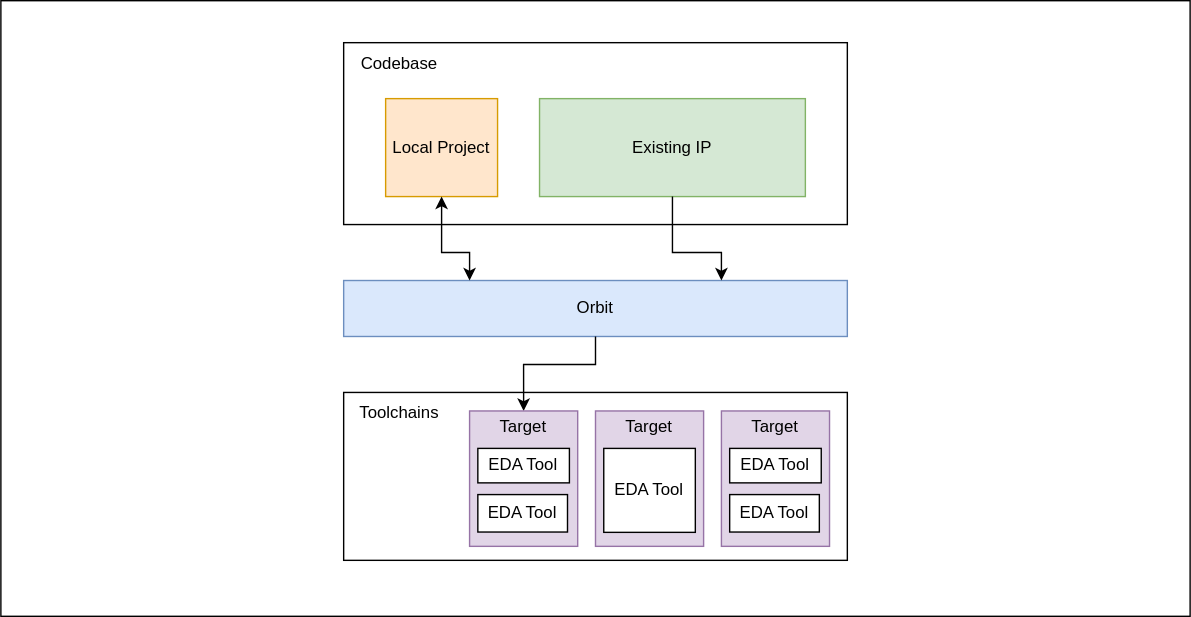
Before: docs/src/images/abstraction.svg, a diagram exported from draw.io (ujichase/orbit). Source tidied: cells renumbered, new cells last; positions are measured from the earlier drawing's top-left corner, leaving out a move shared by most shapes.
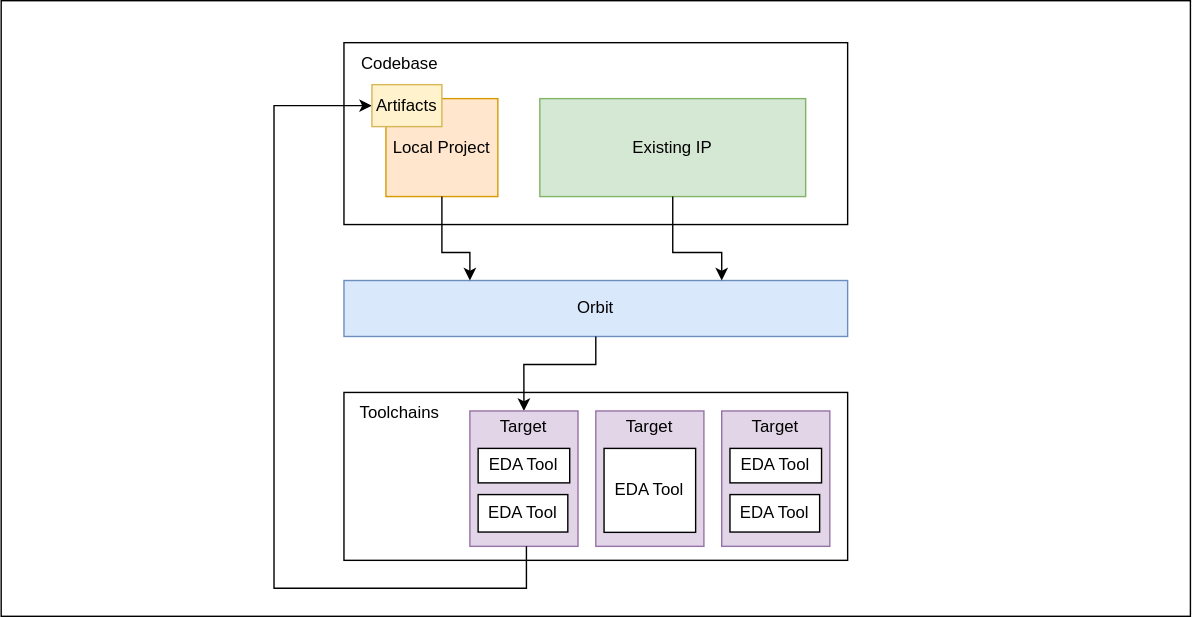
Later version of the same file.

Commit message:
Updates abstraction diagram

Diff of the diagram source:
```diff
@@ -23,7 +23,7 @@
     <mxCell id="8" value="Codebase" style="text;html=1;strokeColor=none;fillColor=none;align=center;verticalAlign=middle;whiteSpace=wrap;rounded=0;" parent="1" vertex="1">
       <mxGeometry x="255" y="30" width="60" height="30" as="geometry" />
     </mxCell>
-    <mxCell id="9" style="endArrow=classic;startArrow=classic;html=1;entryX=0.5;entryY=1;entryDx=0;entryDy=0;exitX=0.25;exitY=0;exitDx=0;exitDy=0;jumpStyle=none;edgeStyle=orthogonalEdgeStyle;rounded=0;" parent="1" edge="1" source="4" target="6">
+    <mxCell id="9" style="endArrow=none;startArrow=classic;html=1;entryX=0.5;entryY=1;entryDx=0;entryDy=0;exitX=0.25;exitY=0;exitDx=0;exitDy=0;jumpStyle=none;edgeStyle=orthogonalEdgeStyle;rounded=0;startFill=1;endFill=0;" parent="1" edge="1" source="4" target="6">
       <mxGeometry relative="1" as="geometry">
         <Array as="points">
           <mxPoint x="335" y="180" />
@@ -31,8 +31,9 @@
         </Array>
       </mxGeometry>
     </mxCell>
-    <mxCell id="10" style="endArrow=classic;html=1;rounded=0;jumpStyle=none;edgeStyle=orthogonalEdgeStyle;entryX=0.75;entryY=0;entryDx=0;entryDy=0;exitX=0.5;exitY=1;exitDx=0;exitDy=0;" parent="1" edge="1" source="7" target="4">
+    <mxCell id="10" style="endArrow=classic;html=1;rounded=0;jumpStyle=none;edgeStyle=orthogonalEdgeStyle;exitX=0.5;exitY=1;exitDx=0;exitDy=0;" parent="1" edge="1" source="7">
       <mxGeometry relative="1" as="geometry">
+        <mxPoint x="515" y="200" as="targetPoint" />
         <Array as="points">
           <mxPoint x="480" y="180" />
           <mxPoint x="515" y="180" />
@@ -92,5 +93,18 @@
     <mxCell id="26" value="Target" style="text;html=1;align=center;verticalAlign=middle;strokeColor=none;fillColor=none;" parent="22" vertex="1">
       <mxGeometry x="7.9" width="60" height="30" as="geometry" />
     </mxCell>
+    <mxCell id="27" style="endArrow=classic;html=1;rounded=0;jumpStyle=none;edgeStyle=orthogonalEdgeStyle;exitX=0.5;exitY=1;exitDx=0;exitDy=0;entryX=0;entryY=0.5;entryDx=0;entryDy=0;" parent="1" edge="1" target="28">
+      <mxGeometry relative="1" as="geometry">
+        <mxPoint x="375.4" y="390" as="sourcePoint" />
+        <Array as="points">
+          <mxPoint x="375" y="420" />
+          <mxPoint x="195" y="420" />
+          <mxPoint x="195" y="75" />
+        </Array>
+      </mxGeometry>
+    </mxCell>
+    <mxCell id="28" value="Artifacts" style="rounded=0;whiteSpace=wrap;html=1;fillColor=#fff2cc;strokeColor=#d6b656;" parent="1" vertex="1">
+      <mxGeometry x="265" y="60" width="50" height="30" as="geometry" />
+    </mxCell>
   </root>
 </mxGraphModel>
```
